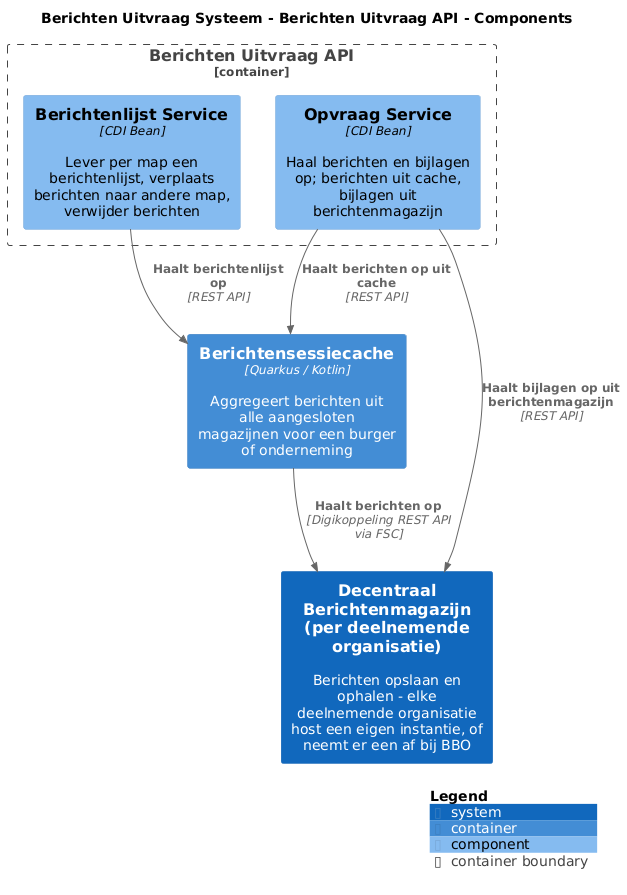
This is pr-preview/pr-16/master/png/BerichtenUitvraagAPIComponenten.png from MinBZK/moza-poc-fbs-berichtenbox, a PlantUML export, as it was before one commit. Its diagram source:
```plantuml
@startuml
set separator none
title Berichten Uitvraag Systeem - Berichten Uitvraag API - Components

top to bottom direction

!include <C4/C4>
!include <C4/C4_Context>
!include <C4/C4_Container>
!include <C4/C4_Component>

System(DecentraalBerichtenmagazijnperdeelnemendeorganisatie, "Decentraal Berichtenmagazijn (per deelnemende organisatie)", $descr="Berichten opslaan en ophalen - elke deelnemende organisatie host een eigen instantie, of neemt er een af bij BBO", $tags="", $link="")
Container(BerichtenUitvraagSysteem.Berichtensessiecache, "Berichtensessiecache", $techn="Quarkus / Kotlin", $descr="Aggregeert berichten uit alle aangesloten magazijnen voor een burger of onderneming", $tags="", $link="")

Container_Boundary("BerichtenUitvraagSysteem.BerichtenUitvraagAPI_boundary", "Berichten Uitvraag API", $tags="") {
  Component(BerichtenUitvraagSysteem.BerichtenUitvraagAPI.BerichtenlijstService, "Berichtenlijst Service", $techn="CDI Bean", $descr="Lever per map een berichtenlijst, verplaats berichten naar andere map, verwijder berichten", $tags="", $link="")
  Component(BerichtenUitvraagSysteem.BerichtenUitvraagAPI.OpvraagService, "Opvraag Service", $techn="CDI Bean", $descr="Haal berichten en bijlagen op; berichten uit cache, bijlagen uit berichtenmagazijn", $tags="", $link="")
}

Rel(BerichtenUitvraagSysteem.Berichtensessiecache, DecentraalBerichtenmagazijnperdeelnemendeorganisatie, "Haalt berichten op", $techn="Digikoppeling REST API via FSC", $tags="", $link="")
Rel(BerichtenUitvraagSysteem.BerichtenUitvraagAPI.OpvraagService, BerichtenUitvraagSysteem.Berichtensessiecache, "Haalt berichten op uit cache", $techn="REST API", $tags="", $link="")
Rel(BerichtenUitvraagSysteem.BerichtenUitvraagAPI.BerichtenlijstService, BerichtenUitvraagSysteem.Berichtensessiecache, "Haalt berichtenlijst op", $techn="REST API", $tags="", $link="")
Rel(BerichtenUitvraagSysteem.BerichtenUitvraagAPI.OpvraagService, DecentraalBerichtenmagazijnperdeelnemendeorganisatie, "Haalt bijlagen op uit berichtenmagazijn", $techn="REST API", $tags="", $link="")

SHOW_LEGEND(true)
@enduml
```
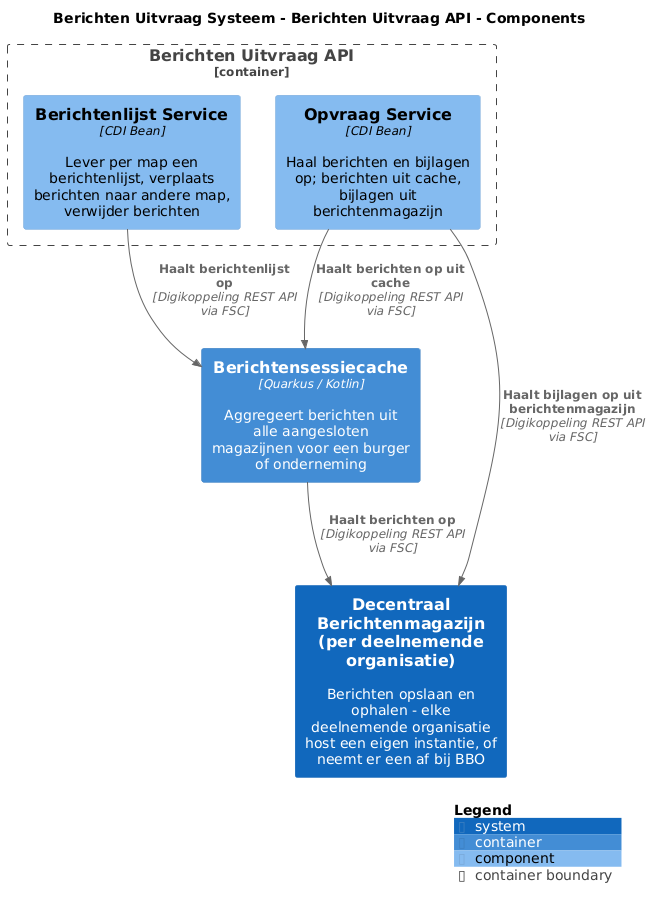
Later version of the same file.

Change to the diagram source:
```diff
@@ -18,9 +18,9 @@
 }
 
 Rel(BerichtenUitvraagSysteem.Berichtensessiecache, DecentraalBerichtenmagazijnperdeelnemendeorganisatie, "Haalt berichten op", $techn="Digikoppeling REST API via FSC", $tags="", $link="")
-Rel(BerichtenUitvraagSysteem.BerichtenUitvraagAPI.OpvraagService, BerichtenUitvraagSysteem.Berichtensessiecache, "Haalt berichten op uit cache", $techn="REST API", $tags="", $link="")
-Rel(BerichtenUitvraagSysteem.BerichtenUitvraagAPI.BerichtenlijstService, BerichtenUitvraagSysteem.Berichtensessiecache, "Haalt berichtenlijst op", $techn="REST API", $tags="", $link="")
-Rel(BerichtenUitvraagSysteem.BerichtenUitvraagAPI.OpvraagService, DecentraalBerichtenmagazijnperdeelnemendeorganisatie, "Haalt bijlagen op uit berichtenmagazijn", $techn="REST API", $tags="", $link="")
+Rel(BerichtenUitvraagSysteem.BerichtenUitvraagAPI.OpvraagService, BerichtenUitvraagSysteem.Berichtensessiecache, "Haalt berichten op uit cache", $techn="Digikoppeling REST API via FSC", $tags="", $link="")
+Rel(BerichtenUitvraagSysteem.BerichtenUitvraagAPI.BerichtenlijstService, BerichtenUitvraagSysteem.Berichtensessiecache, "Haalt berichtenlijst op", $techn="Digikoppeling REST API via FSC", $tags="", $link="")
+Rel(BerichtenUitvraagSysteem.BerichtenUitvraagAPI.OpvraagService, DecentraalBerichtenmagazijnperdeelnemendeorganisatie, "Haalt bijlagen op uit berichtenmagazijn", $techn="Digikoppeling REST API via FSC", $tags="", $link="")
 
 SHOW_LEGEND(true)
 @enduml
```
